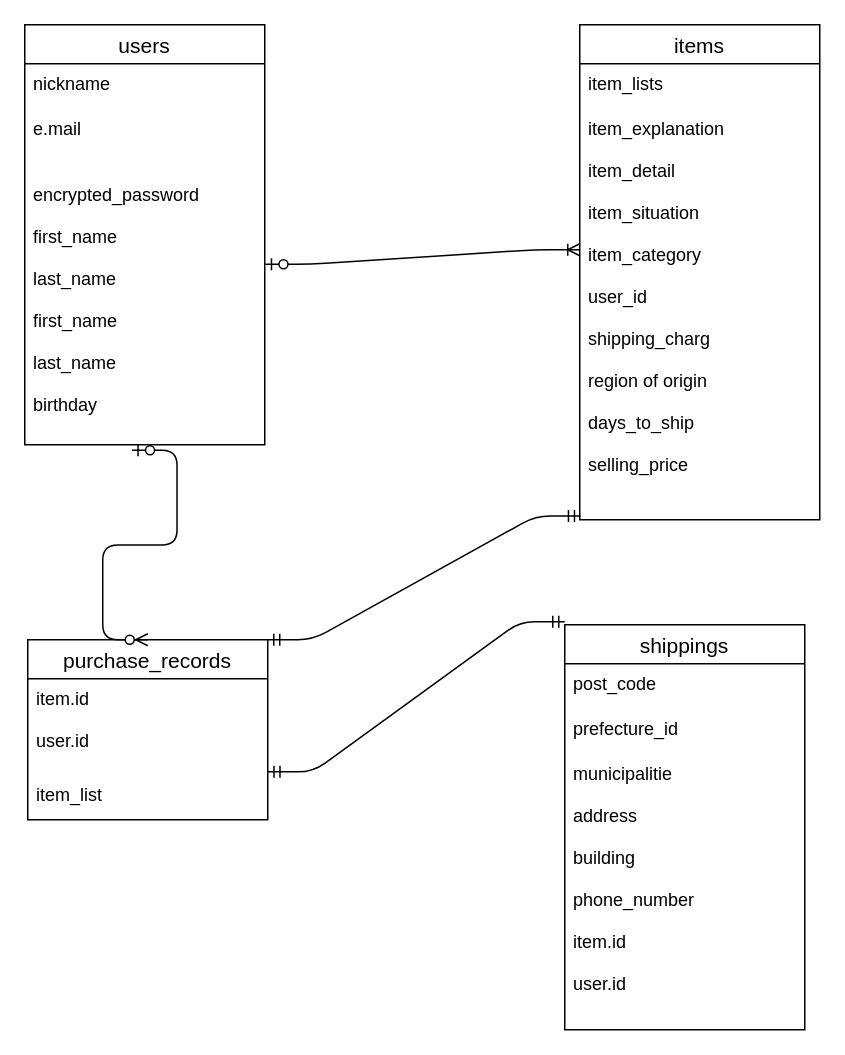
Earlier version of the draw.io diagram test.dio (isukacoffee/furima-38197). Source tidied: cells renumbered, new cells numbered last; positions are measured from the earlier drawing's top-left corner, leaving out a move shared by most shapes. Both pictures are drawn from the tidied source at 150%, with x=0, y=0 at pixel (24, 24).
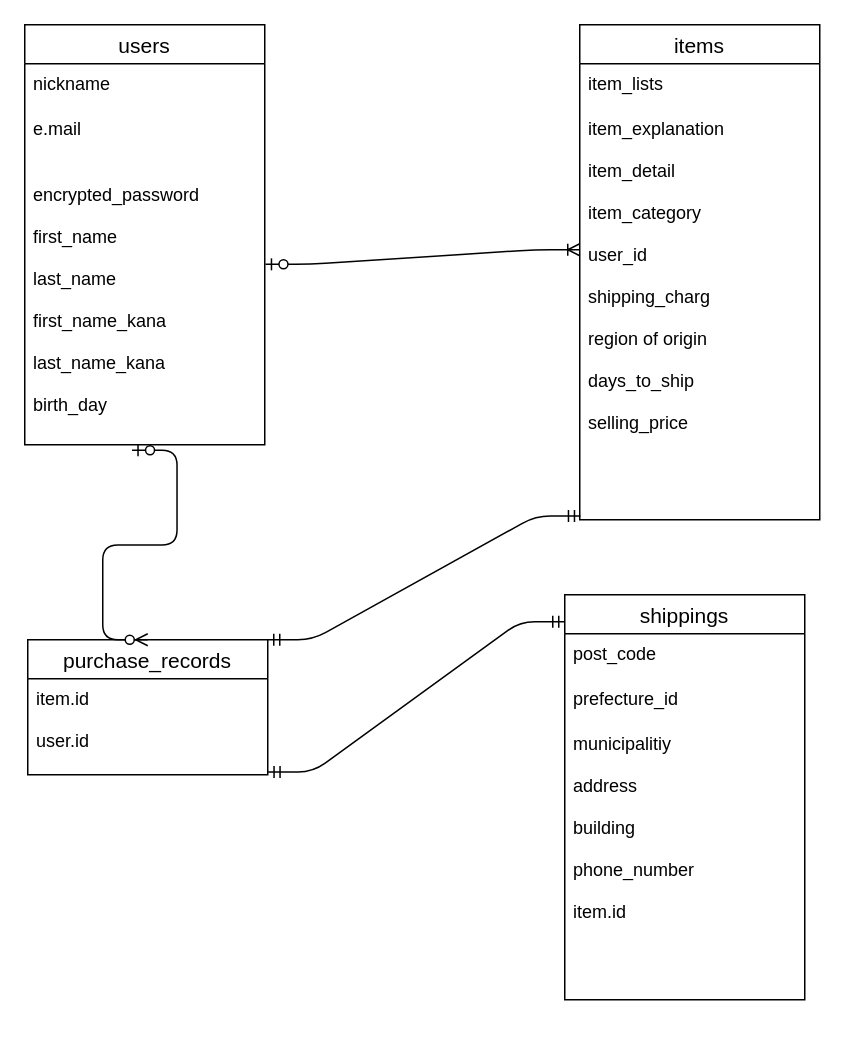
The same diagram, later.

Unchanged cells that the change refers to:
```xml
<mxCell id="2" value="users" style="swimlane;fontStyle=0;horizontal=1;startSize=26;align=center;fontSize=14;" parent="1" vertex="1">
  <mxGeometry width="160" height="280" as="geometry" />
</mxCell>
<mxCell id="6" value="items" style="swimlane;fontStyle=0;horizontal=1;startSize=26;align=center;fontSize=14;" parent="1" vertex="1">
  <mxGeometry x="370" width="160" height="330" as="geometry" />
</mxCell>
```

The edit, as a diff of the source:
```diff
@@
-    <mxCell id="5" value="&#10;encrypted_password&#10;&#10;first_name&#10;&#10;last_name&#10;&#10;first_name&#10; &#10;last_name&#10;&#10;birthday&#10;" style="text;strokeColor=none;fillColor=none;spacingLeft=4;spacingRight=4;overflow=hidden;points=[[0,0.5],[1,0.5]];portConstraint=eastwest;fontSize=12;" parent="2" vertex="1">
+    <mxCell id="5" value="&#10;encrypted_password&#10;&#10;first_name&#10;&#10;last_name&#10;&#10;first_name_kana&#10; &#10;last_name_kana&#10;&#10;birth_day&#10;" style="text;strokeColor=none;fillColor=none;spacingLeft=4;spacingRight=4;overflow=hidden;points=[[0,0.5],[1,0.5]];portConstraint=eastwest;fontSize=12;" parent="2" vertex="1">
       <mxGeometry y="86" width="160" height="194" as="geometry" />
     </mxCell>
@@
-    <mxCell id="8" value="item_explanation&#10;&#10;item_detail&#10;&#10;item_situation&#10;&#10;item_category&#10;&#10;user_id&#10;&#10;shipping_charg&#10;&#10;region of origin&#10;&#10;days_to_ship&#10;&#10;selling_price" style="text;strokeColor=none;fillColor=none;spacingLeft=4;spacingRight=4;overflow=hidden;points=[[0,0.5],[1,0.5]];portConstraint=eastwest;fontSize=12;" parent="6" vertex="1">
+    <mxCell id="8" value="item_explanation&#10;&#10;item_detail&#10;&#10;item_category&#10;&#10;user_id&#10;&#10;shipping_charg&#10;&#10;region of origin&#10;&#10;days_to_ship&#10;&#10;selling_price" style="text;strokeColor=none;fillColor=none;spacingLeft=4;spacingRight=4;overflow=hidden;points=[[0,0.5],[1,0.5]];portConstraint=eastwest;fontSize=12;" parent="6" vertex="1">
       <mxGeometry y="56" width="160" height="274" as="geometry" />
     </mxCell>
     <mxCell id="9" value="purchase_records" style="swimlane;fontStyle=0;horizontal=1;startSize=26;align=center;fontSize=14;" parent="1" vertex="1">
-      <mxGeometry x="2" y="410" width="160" height="120" as="geometry" />
+      <mxGeometry x="2" y="410" width="160" height="90" as="geometry" />
     </mxCell>
@@
-    <mxCell id="11" value="item_list" style="text;strokeColor=none;fillColor=none;spacingLeft=4;spacingRight=4;overflow=hidden;points=[[0,0.5],[1,0.5]];portConstraint=eastwest;fontSize=12;" parent="9" vertex="1">
-      <mxGeometry y="90" width="160" height="30" as="geometry" />
-    </mxCell>
     <mxCell id="12" value="shippings" style="swimlane;fontStyle=0;horizontal=1;startSize=26;align=center;fontSize=14;" parent="1" vertex="1">
-      <mxGeometry x="360" y="400" width="160" height="270" as="geometry" />
+      <mxGeometry x="360" y="380" width="160" height="270" as="geometry" />
     </mxCell>
@@
-    <mxCell id="15" value="municipalitie&#10;&#10;address&#10;&#10;building&#10;&#10;phone_number&#10;&#10;item.id&#10;&#10;user.id&#10;&#10;&#10;" style="text;strokeColor=none;fillColor=none;spacingLeft=4;spacingRight=4;overflow=hidden;fontSize=12;" parent="12" vertex="1">
+    <mxCell id="15" value="municipalitiy&#10;&#10;address&#10;&#10;building&#10;&#10;phone_number&#10;&#10;item.id&#10;&#10;&#10;" style="text;strokeColor=none;fillColor=none;spacingLeft=4;spacingRight=4;overflow=hidden;fontSize=12;" parent="12" vertex="1">
       <mxGeometry y="86" width="160" height="184" as="geometry" />
     </mxCell>
-    <mxCell id="16" style="edgeStyle=entityRelationEdgeStyle;fontSize=12;html=1;endArrow=ERmandOne;startArrow=ERmandOne;exitX=1.001;exitY=-0.064;exitDx=0;exitDy=0;exitPerimeter=0;" parent="1" edge="1" source="11">
+    <mxCell id="16" style="edgeStyle=entityRelationEdgeStyle;fontSize=12;html=1;endArrow=ERmandOne;startArrow=ERmandOne;exitX=1.001;exitY=-0.064;exitDx=0;exitDy=0;exitPerimeter=0;" parent="1" edge="1">
       <mxGeometry relative="1" as="geometry">
+        <mxPoint x="162.2" y="498.1" as="sourcePoint" />
         <mxPoint x="360" y="398" as="targetPoint" />
       </mxGeometry>
     </mxCell>
```
